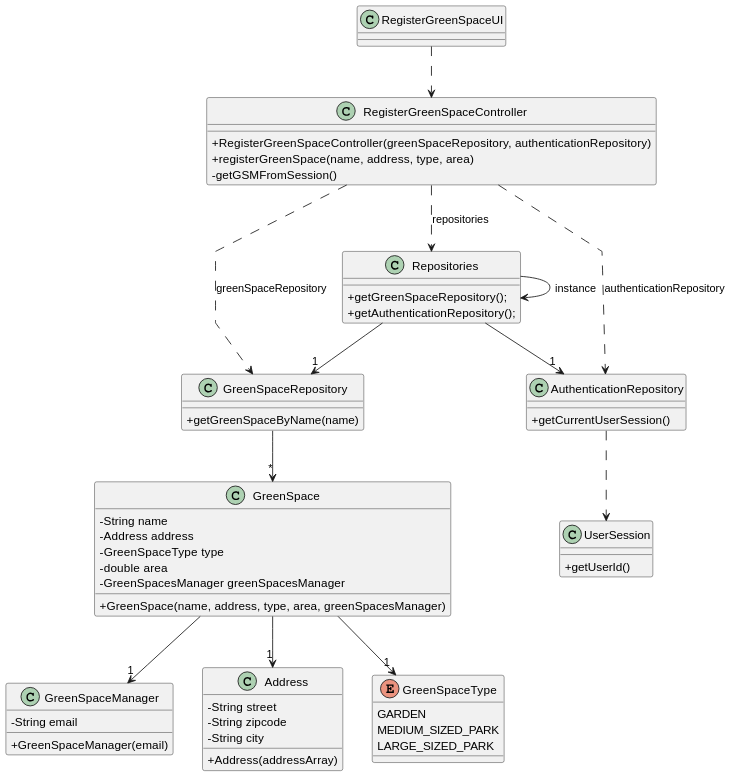
Above: docs/sprintA&B&C/us020/03.design/svg/us020-class-diagram.svg in daniel41silva05/ISEP_2023_2024_LAPR2 (PlantUML), before the change.
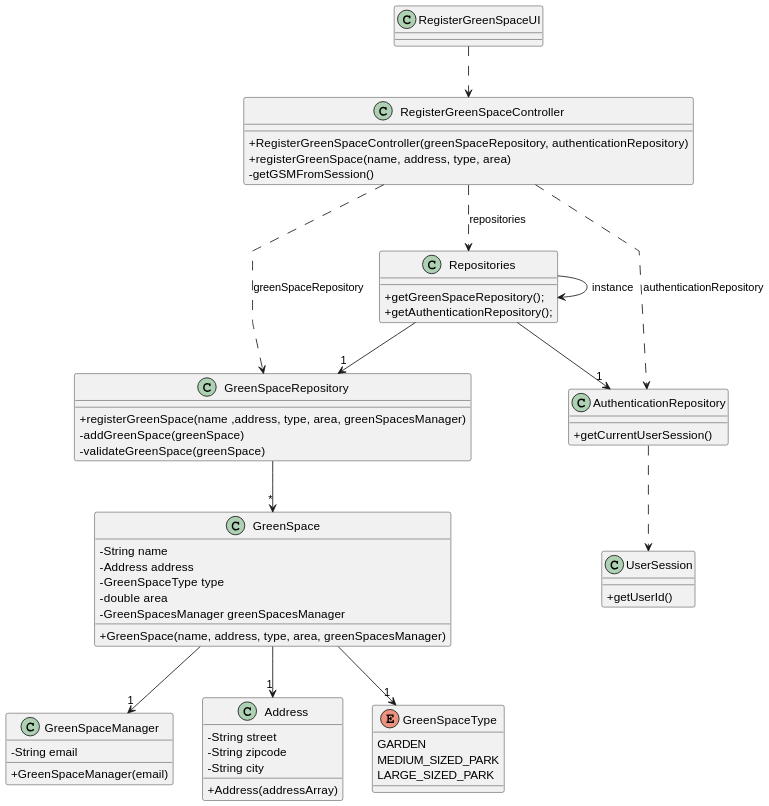
After the change.

Commit message:
US020 - class diagram (correction)

What changed in the source:
```diff
@@ -16,7 +16,9 @@
 }
 
 class GreenSpaceRepository {
-    +getGreenSpaceByName(name)
+    +registerGreenSpace(name ,address, type, area, greenSpacesManager)
+    -addGreenSpace(greenSpace)
+    -validateGreenSpace(greenSpace)
 }
 
 class GreenSpace {
```
